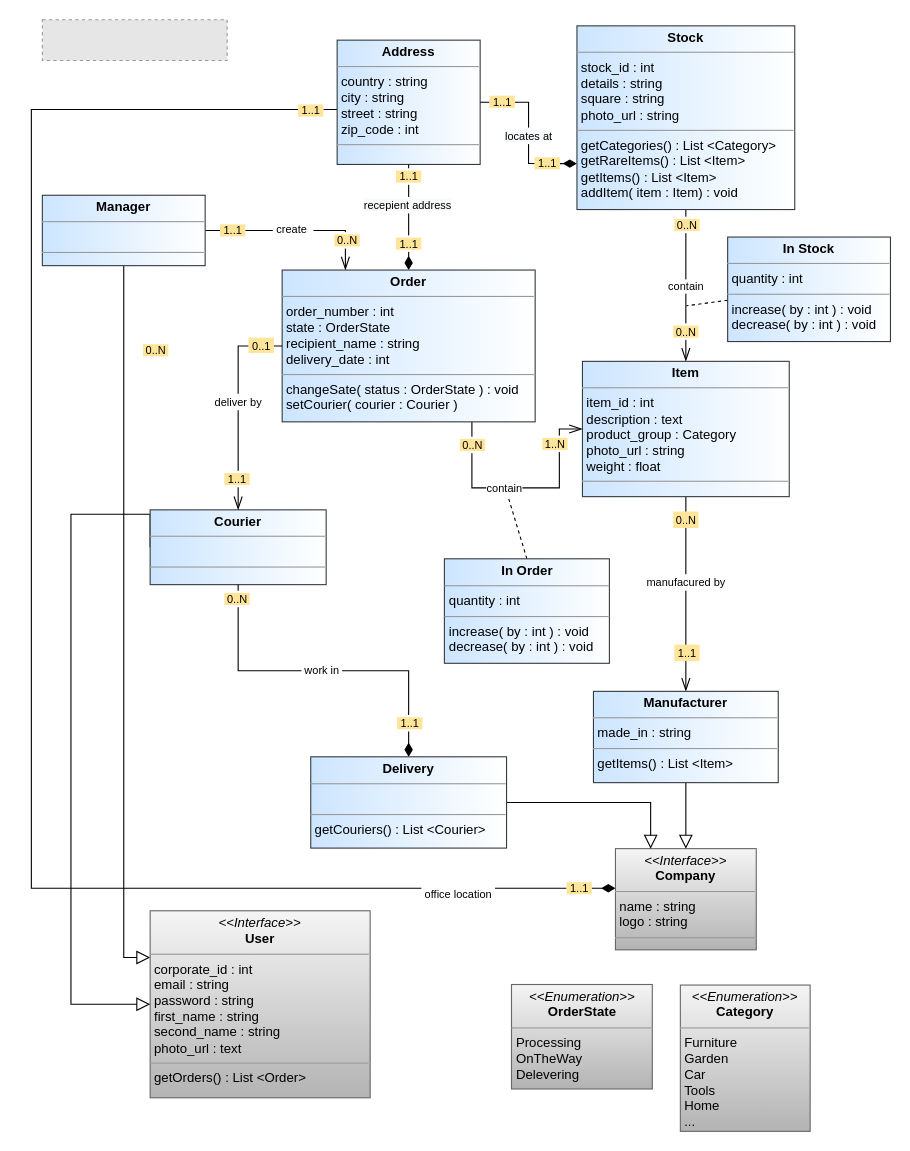
The draw.io diagram page "uml" (1 of 3) of docs/Inventory.drawio in doomkit/inventory, before the edit. Source tidied: cells renumbered, new cells numbered last; positions are measured from the earlier drawing's top-left corner, leaving out a move shared by most shapes. Both pictures are drawn from the tidied source at 110%, with x=0, y=0 at pixel (31, 19). Pictures stored in the file or linked from it are replaced by grey dashed boxes.
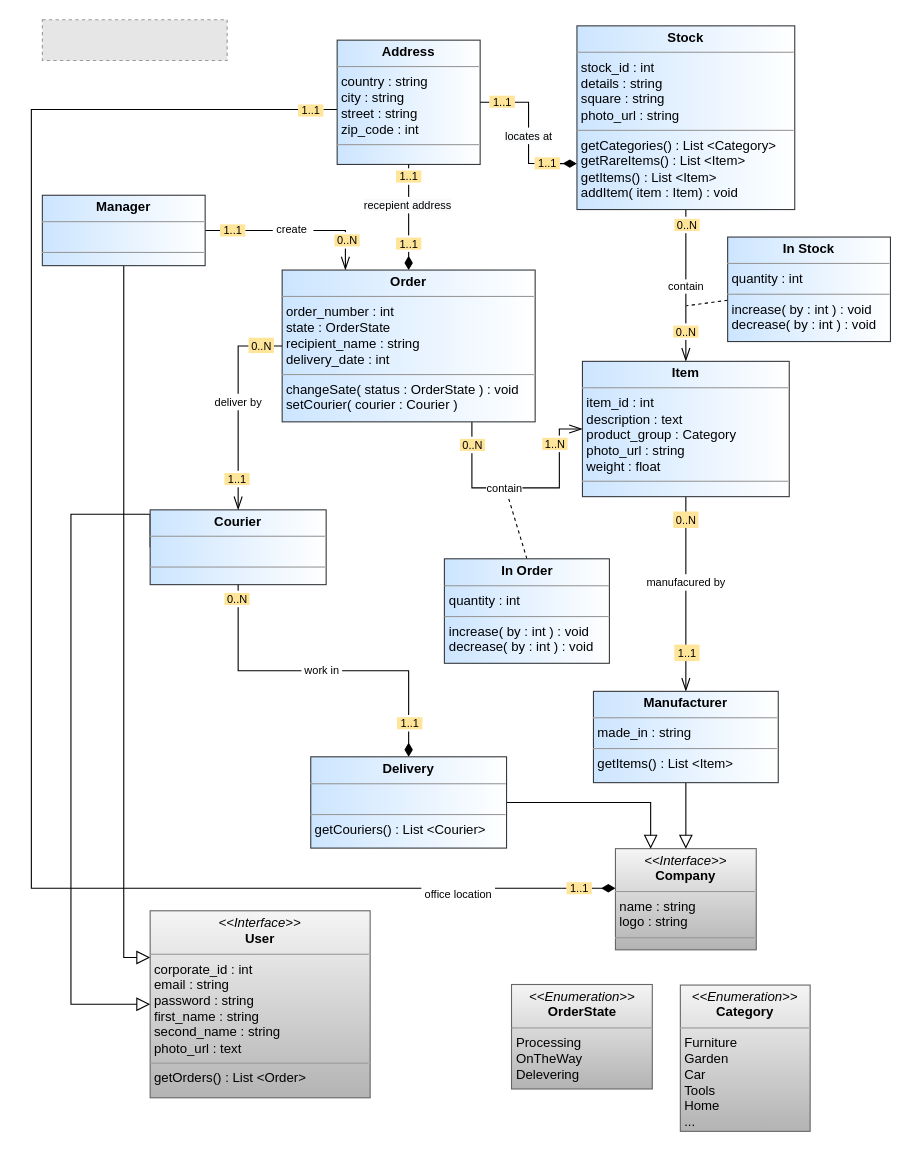
The same diagram, later.

The change refers to these unchanged cells:
```xml
<mxCell id="29" value="&lt;span style=&quot;font-size: 10px&quot;&gt;&amp;nbsp;work in&amp;nbsp;&lt;/span&gt;" style="edgeStyle=orthogonalEdgeStyle;rounded=0;jumpStyle=none;jumpSize=20;jettySize=auto;html=1;exitX=0.5;exitY=1;exitDx=0;exitDy=0;startSize=6;endArrow=diamondThin;endFill=1;endSize=10;targetPerimeterSpacing=0;strokeWidth=1;align=center;" parent="1" edge="1" source="10" target="45">
  <mxGeometry x="-0.01" relative="1" as="geometry" />
</mxCell>
<mxCell id="46" style="edgeStyle=orthogonalEdgeStyle;rounded=0;jumpStyle=none;jumpSize=20;jettySize=auto;html=1;startArrow=openThin;startFill=0;startSize=10;sourcePerimeterSpacing=0;endArrow=none;endFill=0;endSize=10;targetPerimeterSpacing=0;strokeColor=#000000;strokeWidth=1;entryX=0;entryY=0.5;entryDx=0;entryDy=0;" parent="1" edge="1" source="10" target="41">
  <mxGeometry relative="1" as="geometry" />
</mxCell>
```

The edit, as a diff of the source:
```diff
@@
-    <mxCell id="32" value="&lt;span style=&quot;font-size: 10px ; background-color: rgb(255 , 229 , 153)&quot;&gt;&amp;nbsp;0..N&amp;nbsp;&lt;/span&gt;" style="text;html=1;align=center;verticalAlign=middle;labelBackgroundColor=#ffffff;" parent="29" vertex="1">
-      <mxGeometry y="153" relative="1" as="geometry">
-        <mxPoint x="-153.5" y="-139" as="offset" />
-      </mxGeometry>
-    </mxCell>
@@
-    <mxCell id="47" value="&lt;span style=&quot;background-color: rgb(255 , 229 , 153)&quot;&gt;&lt;font style=&quot;font-size: 10px&quot;&gt;&amp;nbsp;0..1&amp;nbsp;&lt;/font&gt;&lt;/span&gt;" style="text;html=1;align=center;verticalAlign=middle;labelBackgroundColor=#ffffff;" parent="46" vertex="1">
+    <mxCell id="47" value="&lt;span style=&quot;background-color: rgb(255 , 229 , 153)&quot;&gt;&lt;font style=&quot;font-size: 10px&quot;&gt;&amp;nbsp;0..N&amp;nbsp;&lt;/font&gt;&lt;/span&gt;" style="text;html=1;align=center;verticalAlign=middle;labelBackgroundColor=#ffffff;" parent="46" vertex="1">
       <mxGeometry x="0.74" y="1" relative="1" as="geometry">
         <mxPoint x="5" as="offset" />
       </mxGeometry>
     </mxCell>
```
